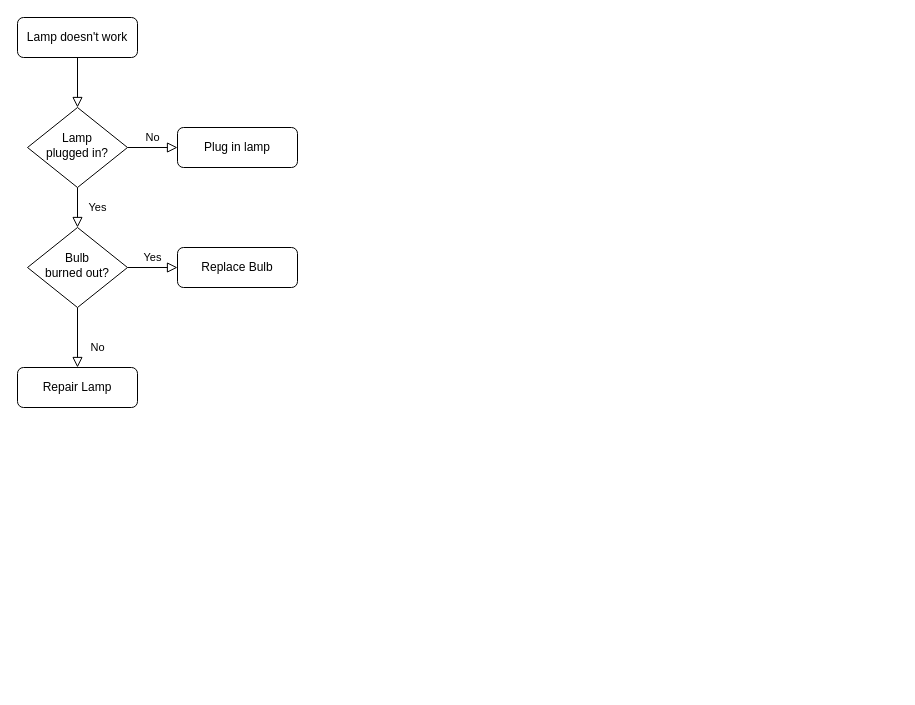
This is 退款流程.drawio from yiuked/diagram, a draw.io file, before an edit. Source tidied: cells renumbered, new cells numbered last; positions are measured from the earlier drawing's top-left corner, leaving out a move shared by most shapes. Both pictures are drawn from the tidied source at 100%, with x=0, y=0 at pixel (17, 17).
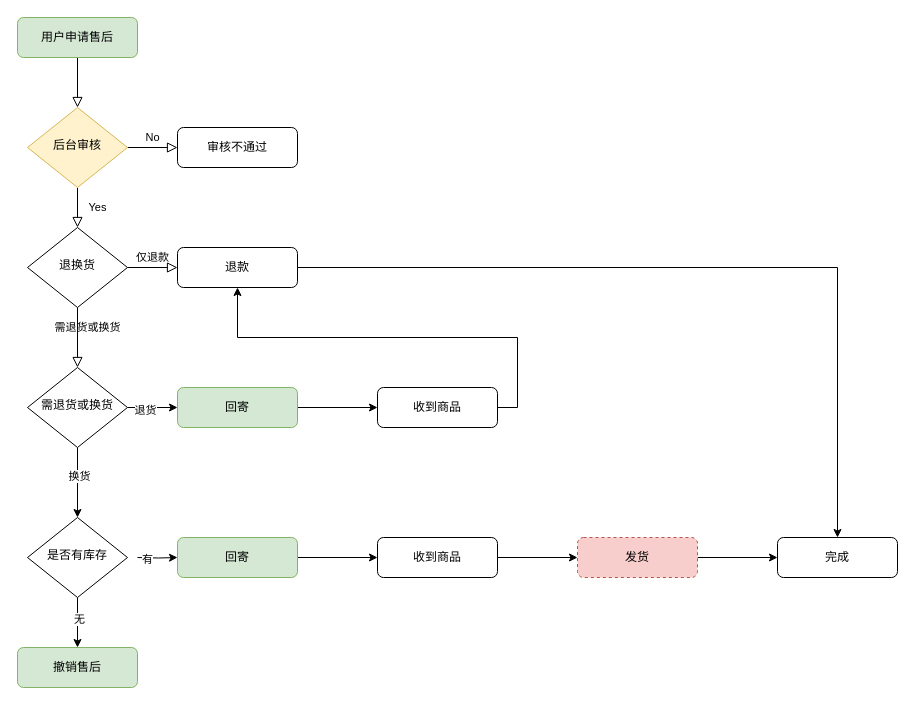
After the change.

The edit, as a diff of the source:
```diff
@@
-    <mxCell id="3" value="Lamp doesn't work" style="rounded=1;whiteSpace=wrap;html=1;fontSize=12;glass=0;strokeWidth=1;shadow=0;" parent="1" vertex="1">
+    <mxCell id="3" value="用户申请售后" style="rounded=1;whiteSpace=wrap;html=1;fontSize=12;glass=0;strokeWidth=1;shadow=0;fillColor=#d5e8d4;strokeColor=#82b366;" parent="1" vertex="1">
       <mxGeometry width="120" height="40" as="geometry" />
     </mxCell>
@@
-    <mxCell id="6" value="Lamp&lt;br&gt;plugged in?" style="rhombus;whiteSpace=wrap;html=1;shadow=0;fontFamily=Helvetica;fontSize=12;align=center;strokeWidth=1;spacing=6;spacingTop=-4;" parent="1" vertex="1">
+    <mxCell id="6" value="后台审核" style="rhombus;whiteSpace=wrap;html=1;shadow=0;fontFamily=Helvetica;fontSize=12;align=center;strokeWidth=1;spacing=6;spacingTop=-4;fillColor=#fff2cc;strokeColor=#d6b656;" parent="1" vertex="1">
       <mxGeometry x="10" y="90" width="100" height="80" as="geometry" />
     </mxCell>
-    <mxCell id="7" value="Plug in lamp" style="rounded=1;whiteSpace=wrap;html=1;fontSize=12;glass=0;strokeWidth=1;shadow=0;" parent="1" vertex="1">
+    <mxCell id="7" value="审核不通过" style="rounded=1;whiteSpace=wrap;html=1;fontSize=12;glass=0;strokeWidth=1;shadow=0;" parent="1" vertex="1">
       <mxGeometry x="160" y="110" width="120" height="40" as="geometry" />
     </mxCell>
-    <mxCell id="8" value="No" style="rounded=0;html=1;jettySize=auto;fontSize=11;endArrow=block;endFill=0;endSize=8;strokeWidth=1;shadow=0;labelBackgroundColor=none;edgeStyle=orthogonalEdgeStyle;" parent="1" edge="1" source="10" target="11">
-      <mxGeometry x="0.33" y="20" relative="1" as="geometry" />
+    <mxCell id="8" value="需退货或换货" style="rounded=0;html=1;jettySize=auto;fontSize=11;endArrow=block;endFill=0;endSize=8;strokeWidth=1;shadow=0;labelBackgroundColor=none;edgeStyle=orthogonalEdgeStyle;entryX=0.5;entryY=0;entryDx=0;entryDy=0;" parent="1" edge="1" source="10" target="19">
+      <mxGeometry x="-0.33" y="10" relative="1" as="geometry" />
     </mxCell>
-    <mxCell id="9" value="Yes" style="edgeStyle=orthogonalEdgeStyle;rounded=0;html=1;jettySize=auto;fontSize=11;endArrow=block;endFill=0;endSize=8;strokeWidth=1;shadow=0;labelBackgroundColor=none;" parent="1" edge="1" source="10" target="12">
+    <mxCell id="9" value="仅退款" style="edgeStyle=orthogonalEdgeStyle;rounded=0;html=1;jettySize=auto;fontSize=11;endArrow=block;endFill=0;endSize=8;strokeWidth=1;shadow=0;labelBackgroundColor=none;" parent="1" edge="1" source="10" target="12">
       <mxGeometry y="10" relative="1" as="geometry" />
     </mxCell>
-    <mxCell id="10" value="Bulb&lt;br&gt;burned out?" style="rhombus;whiteSpace=wrap;html=1;shadow=0;fontFamily=Helvetica;fontSize=12;align=center;strokeWidth=1;spacing=6;spacingTop=-4;" parent="1" vertex="1">
+    <mxCell id="10" value="退换货" style="rhombus;whiteSpace=wrap;html=1;shadow=0;fontFamily=Helvetica;fontSize=12;align=center;strokeWidth=1;spacing=6;spacingTop=-4;" parent="1" vertex="1">
       <mxGeometry x="10" y="210" width="100" height="80" as="geometry" />
     </mxCell>
-    <mxCell id="11" value="Repair Lamp" style="rounded=1;whiteSpace=wrap;html=1;fontSize=12;glass=0;strokeWidth=1;shadow=0;" parent="1" vertex="1">
-      <mxGeometry y="350" width="120" height="40" as="geometry" />
-    </mxCell>
+    <mxCell id="13" style="edgeStyle=orthogonalEdgeStyle;rounded=0;jettySize=auto;html=1;exitX=1;exitY=0.5;exitDx=0;exitDy=0;entryX=0.5;entryY=0;entryDx=0;entryDy=0;" parent="1" edge="1" source="12" target="14">
+      <mxGeometry relative="1" as="geometry">
+        <Array as="points">
+          <mxPoint x="820" y="250" />
+        </Array>
+      </mxGeometry>
+    </mxCell>
-    <mxCell id="12" value="Replace Bulb" style="rounded=1;whiteSpace=wrap;html=1;fontSize=12;glass=0;strokeWidth=1;shadow=0;" parent="1" vertex="1">
+    <mxCell id="12" value="退款" style="rounded=1;whiteSpace=wrap;html=1;fontSize=12;glass=0;strokeWidth=1;shadow=0;" parent="1" vertex="1">
       <mxGeometry x="160" y="230" width="120" height="40" as="geometry" />
     </mxCell>
+    <mxCell id="14" value="完成" style="rounded=1;whiteSpace=wrap;html=1;fontSize=12;glass=0;strokeWidth=1;shadow=0;" parent="1" vertex="1">
+      <mxGeometry x="760" y="520" width="120" height="40" as="geometry" />
+    </mxCell>
+    <mxCell id="15" style="edgeStyle=orthogonalEdgeStyle;rounded=0;jettySize=auto;html=1;exitX=1;exitY=0.5;exitDx=0;exitDy=0;entryX=0;entryY=0.5;entryDx=0;entryDy=0;" parent="1" edge="1" source="19" target="21">
+      <mxGeometry relative="1" as="geometry" />
+    </mxCell>
+    <mxCell id="16" value="退货" style="edgeLabel;html=1;align=center;verticalAlign=middle;" parent="15" vertex="1">
+      <mxGeometry x="-0.32" y="-2" relative="1" as="geometry" />
+    </mxCell>
+    <mxCell id="17" style="edgeStyle=orthogonalEdgeStyle;rounded=0;jettySize=auto;html=1;exitX=0.5;exitY=1;exitDx=0;exitDy=0;entryX=0.5;entryY=0;entryDx=0;entryDy=0;" parent="1" edge="1" source="19" target="34">
+      <mxGeometry relative="1" as="geometry" />
+    </mxCell>
+    <mxCell id="18" value="换货" style="edgeLabel;html=1;align=center;verticalAlign=middle;" parent="17" vertex="1">
+      <mxGeometry x="-0.2" y="1" relative="1" as="geometry" />
+    </mxCell>
+    <mxCell id="19" value="需退货或换货" style="rhombus;whiteSpace=wrap;html=1;shadow=0;fontFamily=Helvetica;fontSize=12;align=center;strokeWidth=1;spacing=6;spacingTop=-4;" parent="1" vertex="1">
+      <mxGeometry x="10" y="350" width="100" height="80" as="geometry" />
+    </mxCell>
+    <mxCell id="20" style="edgeStyle=orthogonalEdgeStyle;rounded=0;jettySize=auto;html=1;exitX=1;exitY=0.5;exitDx=0;exitDy=0;" parent="1" edge="1" source="21" target="23">
+      <mxGeometry relative="1" as="geometry" />
+    </mxCell>
+    <mxCell id="21" value="回寄" style="rounded=1;whiteSpace=wrap;html=1;fontSize=12;glass=0;strokeWidth=1;shadow=0;fillColor=#d5e8d4;strokeColor=#82b366;" parent="1" vertex="1">
+      <mxGeometry x="160" y="370" width="120" height="40" as="geometry" />
+    </mxCell>
+    <mxCell id="22" style="edgeStyle=orthogonalEdgeStyle;rounded=0;jettySize=auto;html=1;exitX=1;exitY=0.5;exitDx=0;exitDy=0;entryX=0.5;entryY=1;entryDx=0;entryDy=0;" parent="1" edge="1" source="23" target="12">
+      <mxGeometry relative="1" as="geometry" />
+    </mxCell>
+    <mxCell id="23" value="收到商品" style="rounded=1;whiteSpace=wrap;html=1;fontSize=12;glass=0;strokeWidth=1;shadow=0;" parent="1" vertex="1">
+      <mxGeometry x="360" y="370" width="120" height="40" as="geometry" />
+    </mxCell>
+    <mxCell id="24" style="edgeStyle=orthogonalEdgeStyle;rounded=0;jettySize=auto;html=1;exitX=1;exitY=0.5;exitDx=0;exitDy=0;" parent="1" edge="1" target="27">
+      <mxGeometry relative="1" as="geometry">
+        <mxPoint x="120" y="540" as="sourcePoint" />
+      </mxGeometry>
+    </mxCell>
+    <mxCell id="25" value="有" style="edgeLabel;html=1;align=center;verticalAlign=middle;" parent="24" vertex="1">
+      <mxGeometry x="-0.51" y="-1" relative="1" as="geometry" />
+    </mxCell>
+    <mxCell id="26" style="edgeStyle=orthogonalEdgeStyle;rounded=0;jettySize=auto;html=1;exitX=1;exitY=0.5;exitDx=0;exitDy=0;" parent="1" edge="1" source="27" target="29">
+      <mxGeometry relative="1" as="geometry" />
+    </mxCell>
+    <mxCell id="27" value="回寄" style="rounded=1;whiteSpace=wrap;html=1;fontSize=12;glass=0;strokeWidth=1;shadow=0;fillColor=#d5e8d4;strokeColor=#82b366;" parent="1" vertex="1">
+      <mxGeometry x="160" y="520" width="120" height="40" as="geometry" />
+    </mxCell>
+    <mxCell id="28" style="edgeStyle=orthogonalEdgeStyle;rounded=0;jettySize=auto;html=1;exitX=1;exitY=0.5;exitDx=0;exitDy=0;" parent="1" edge="1" source="29" target="31">
+      <mxGeometry relative="1" as="geometry" />
+    </mxCell>
+    <mxCell id="29" value="收到商品" style="rounded=1;whiteSpace=wrap;html=1;fontSize=12;glass=0;strokeWidth=1;shadow=0;" parent="1" vertex="1">
+      <mxGeometry x="360" y="520" width="120" height="40" as="geometry" />
+    </mxCell>
+    <mxCell id="30" style="edgeStyle=orthogonalEdgeStyle;rounded=0;jettySize=auto;html=1;exitX=1;exitY=0.5;exitDx=0;exitDy=0;" parent="1" edge="1" source="31" target="14">
+      <mxGeometry relative="1" as="geometry" />
+    </mxCell>
+    <mxCell id="31" value="发货" style="rounded=1;whiteSpace=wrap;html=1;fontSize=12;glass=0;strokeWidth=1;shadow=0;fillColor=#f8cecc;strokeColor=#b85450;dashed=1;" parent="1" vertex="1">
+      <mxGeometry x="560" y="520" width="120" height="40" as="geometry" />
+    </mxCell>
+    <mxCell id="32" style="edgeStyle=orthogonalEdgeStyle;rounded=0;jettySize=auto;html=1;exitX=0.5;exitY=1;exitDx=0;exitDy=0;entryX=0.5;entryY=0;entryDx=0;entryDy=0;" parent="1" edge="1" source="34" target="35">
+      <mxGeometry relative="1" as="geometry" />
+    </mxCell>
+    <mxCell id="33" value="无" style="edgeLabel;html=1;align=center;verticalAlign=middle;" parent="32" vertex="1">
+      <mxGeometry x="-0.16" y="1" relative="1" as="geometry" />
+    </mxCell>
+    <mxCell id="34" value="是否有库存" style="rhombus;whiteSpace=wrap;html=1;shadow=0;fontFamily=Helvetica;fontSize=12;align=center;strokeWidth=1;spacing=6;spacingTop=-4;" parent="1" vertex="1">
+      <mxGeometry x="10" y="500" width="100" height="80" as="geometry" />
+    </mxCell>
+    <mxCell id="35" value="撤销售后" style="rounded=1;whiteSpace=wrap;html=1;fontSize=12;glass=0;strokeWidth=1;shadow=0;fillColor=#d5e8d4;strokeColor=#82b366;" parent="1" vertex="1">
+      <mxGeometry y="630" width="120" height="40" as="geometry" />
+    </mxCell>
```
